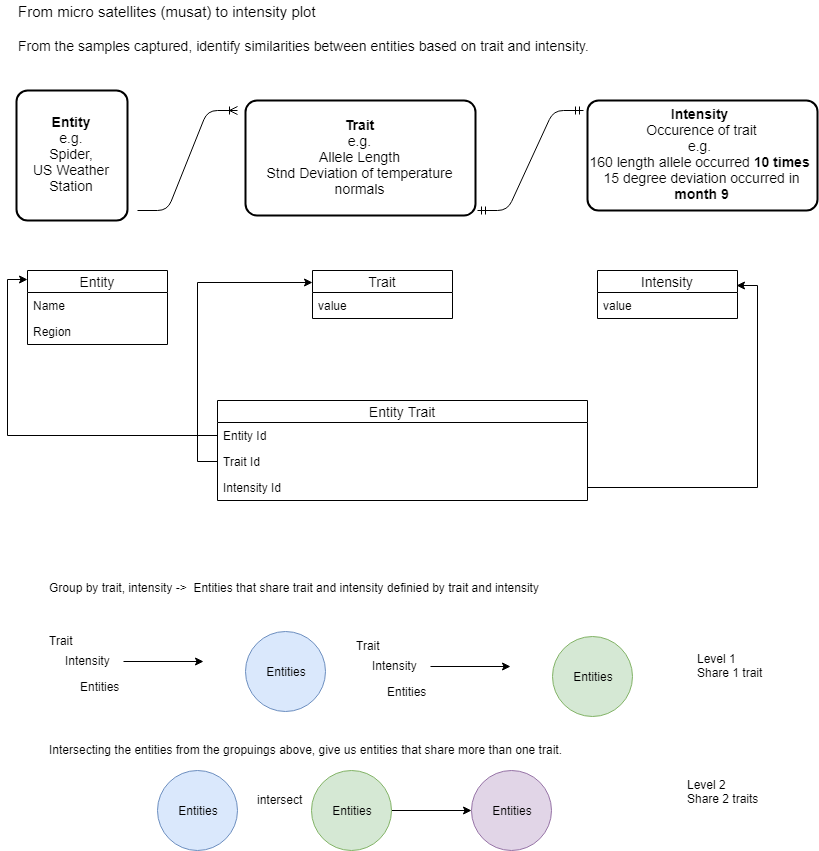
The draw.io diagram docs/IntensityPlot-DataModel.png in calacademy-research/intensity-plot, before a commit. Source tidied: cells renumbered, new cells last; positions are measured from the earlier drawing's top-left corner, leaving out a move shared by most shapes.
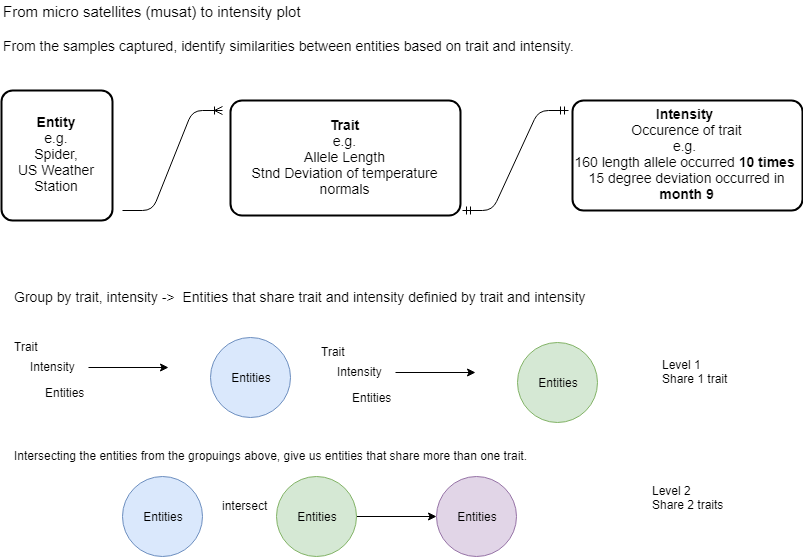
After the commit.

The edit, as a diff of the source:
```diff
@@ -3,64 +3,31 @@
     <mxCell id="0" />
     <mxCell id="1" parent="0" />
     <mxCell id="2" value="&lt;b&gt;Entity&lt;/b&gt;&lt;br&gt;e.g.&lt;br&gt;Spider,&lt;br&gt;US Weather Station" style="strokeWidth=2;rounded=1;arcSize=10;whiteSpace=wrap;html=1;align=center;fontSize=14;" parent="1" vertex="1">
-      <mxGeometry y="90" width="111" height="130" as="geometry" />
+      <mxGeometry x="20" y="384" width="111" height="130" as="geometry" />
     </mxCell>
     <mxCell id="3" value="&lt;b&gt;Trait&lt;/b&gt;&lt;br&gt;e.g.&lt;br&gt;Allele Length&lt;br&gt;Stnd Deviation of temperature normals" style="strokeWidth=2;rounded=1;arcSize=10;whiteSpace=wrap;html=1;align=center;fontSize=14;" parent="1" vertex="1">
-      <mxGeometry x="229" y="100" width="230" height="115" as="geometry" />
+      <mxGeometry x="249" y="394" width="230" height="115" as="geometry" />
     </mxCell>
     <mxCell id="4" value="&lt;b&gt;Intensity&amp;nbsp;&lt;/b&gt;&lt;br&gt;&amp;nbsp;Occurence of trait&amp;nbsp;&lt;br&gt;e.g. &lt;br&gt;160 length allele occurred &lt;b&gt;10&lt;/b&gt; &lt;b&gt;times&lt;/b&gt;&amp;nbsp;&lt;br&gt;15 degree deviation occurred in &lt;b&gt;month&lt;/b&gt; &lt;b&gt;9&lt;/b&gt;" style="strokeWidth=2;rounded=1;arcSize=10;whiteSpace=wrap;html=1;align=center;fontSize=14;" parent="1" vertex="1">
-      <mxGeometry x="571" y="100" width="230" height="110" as="geometry" />
+      <mxGeometry x="591" y="394" width="230" height="110" as="geometry" />
     </mxCell>
     <mxCell id="5" value="&lt;font style=&quot;font-size: 15px&quot;&gt;From micro satellites (musat) to intensity plot&amp;nbsp;&lt;/font&gt;" style="text;html=1;align=left;verticalAlign=top;spacingTop=-4;" parent="1" vertex="1">
-      <mxGeometry width="320" height="20" as="geometry" />
+      <mxGeometry x="20" y="294" width="320" height="20" as="geometry" />
     </mxCell>
     <mxCell id="6" style="edgeStyle=entityRelationEdgeStyle;fontSize=12;html=1;endArrow=ERmandOne;startArrow=ERmandOne;" parent="1" edge="1">
       <mxGeometry relative="1" as="geometry">
-        <mxPoint x="461" y="210" as="sourcePoint" />
-        <mxPoint x="567" y="110" as="targetPoint" />
+        <mxPoint x="481" y="504" as="sourcePoint" />
+        <mxPoint x="587" y="404" as="targetPoint" />
       </mxGeometry>
     </mxCell>
     <mxCell id="7" style="edgeStyle=entityRelationEdgeStyle;fontSize=12;html=1;endArrow=ERoneToMany;" parent="1" edge="1">
       <mxGeometry relative="1" as="geometry">
-        <mxPoint x="121" y="210" as="sourcePoint" />
-        <mxPoint x="221" y="110" as="targetPoint" />
+        <mxPoint x="141" y="504" as="sourcePoint" />
+        <mxPoint x="241" y="404" as="targetPoint" />
       </mxGeometry>
     </mxCell>
-    <mxCell id="8" value="Entity" style="swimlane;fontStyle=0;horizontal=1;startSize=22;fillColor=none;swimlaneFillColor=#ffffff;align=center;fontSize=14;" parent="1" vertex="1">
-      <mxGeometry x="11" y="270" width="140" height="74" as="geometry" />
-    </mxCell>
-    <mxCell id="9" value="Name" style="text;strokeColor=none;fillColor=none;spacingLeft=4;spacingRight=4;overflow=hidden;fontSize=12;" parent="8" vertex="1">
-      <mxGeometry y="22" width="140" height="26" as="geometry" />
-    </mxCell>
-    <mxCell id="10" value="Region" style="text;strokeColor=none;fillColor=none;spacingLeft=4;spacingRight=4;overflow=hidden;fontSize=12;" parent="8" vertex="1">
-      <mxGeometry y="48" width="140" height="26" as="geometry" />
-    </mxCell>
-    <mxCell id="11" value="Trait" style="swimlane;fontStyle=0;horizontal=1;startSize=22;fillColor=none;swimlaneFillColor=#ffffff;align=center;fontSize=14;" parent="1" vertex="1">
-      <mxGeometry x="296" y="270" width="140" height="48" as="geometry" />
-    </mxCell>
-    <mxCell id="12" value="value" style="text;strokeColor=none;fillColor=none;spacingLeft=4;spacingRight=4;overflow=hidden;fontSize=12;" parent="11" vertex="1">
-      <mxGeometry y="22" width="140" height="26" as="geometry" />
-    </mxCell>
-    <mxCell id="13" value="Intensity" style="swimlane;fontStyle=0;horizontal=1;startSize=22;fillColor=none;swimlaneFillColor=#ffffff;align=center;fontSize=14;" parent="1" vertex="1">
-      <mxGeometry x="581" y="270" width="140" height="48" as="geometry" />
-    </mxCell>
-    <mxCell id="14" value="value" style="text;strokeColor=none;fillColor=none;spacingLeft=4;spacingRight=4;overflow=hidden;points=[[0,0.5],[1,0.5]];portConstraint=eastwest;fontSize=12;" parent="13" vertex="1">
-      <mxGeometry y="22" width="140" height="26" as="geometry" />
-    </mxCell>
-    <mxCell id="15" value="Entity Trait" style="swimlane;fontStyle=0;horizontal=1;startSize=22;fillColor=none;swimlaneFillColor=#ffffff;align=center;fontSize=14;" parent="1" vertex="1">
-      <mxGeometry x="201" y="400" width="370" height="100" as="geometry" />
-    </mxCell>
-    <mxCell id="16" value="Entity Id" style="text;strokeColor=none;fillColor=none;spacingLeft=4;spacingRight=4;overflow=hidden;points=[[0,0.5],[1,0.5]];portConstraint=eastwest;fontSize=12;" parent="15" vertex="1">
-      <mxGeometry y="22" width="370" height="26" as="geometry" />
-    </mxCell>
-    <mxCell id="17" value="Trait Id" style="text;strokeColor=none;fillColor=none;spacingLeft=4;spacingRight=4;overflow=hidden;points=[[0,0.5],[1,0.5]];portConstraint=eastwest;fontSize=12;" parent="15" vertex="1">
-      <mxGeometry y="48" width="370" height="26" as="geometry" />
-    </mxCell>
-    <mxCell id="18" value="Intensity Id" style="text;strokeColor=none;fillColor=none;spacingLeft=4;spacingRight=4;overflow=hidden;points=[[0,0.5],[1,0.5]];portConstraint=eastwest;fontSize=12;" parent="15" vertex="1">
-      <mxGeometry y="74" width="370" height="26" as="geometry" />
-    </mxCell>
-    <mxCell id="19" value="&lt;br&gt;Group by trait, intensity -&amp;gt;&amp;nbsp; Entities that share trait and intensity definied by trait and intensity&lt;br&gt;" style="text;html=1;align=left;verticalAlign=top;spacingTop=-4;" parent="1" vertex="1">
-      <mxGeometry x="31" y="564" width="510" height="30" as="geometry" />
+    <mxCell id="19" value="&lt;font style=&quot;font-size: 14px&quot;&gt;&lt;br&gt;Group by trait, intensity -&amp;gt;&amp;nbsp; Entities that share trait and intensity definied by trait and intensity&lt;/font&gt;" style="text;html=1;align=left;verticalAlign=top;spacingTop=-4;" parent="1" vertex="1">
+      <mxGeometry x="31" y="564" width="590" height="30" as="geometry" />
     </mxCell>
     <mxCell id="20" value="Trait" style="text;html=1;align=left;verticalAlign=top;spacingTop=-4;" parent="1" vertex="1">
       <mxGeometry x="31" y="631" width="40" height="20" as="geometry" />
@@ -76,17 +43,13 @@
     <mxCell id="23" value="Entities" style="text;html=1;align=left;verticalAlign=top;spacingTop=-4;" parent="1" vertex="1">
       <mxGeometry x="62" y="677" width="60" height="20" as="geometry" />
     </mxCell>
-    <mxCell id="24" style="edgeStyle=orthogonalEdgeStyle;rounded=0;jettySize=auto;html=1;exitX=0;exitY=0.5;exitDx=0;exitDy=0;entryX=0;entryY=0.25;entryDx=0;entryDy=0;" parent="1" edge="1" source="17" target="11">
-      <mxGeometry relative="1" as="geometry" />
-    </mxCell>
-    <mxCell id="25" style="edgeStyle=orthogonalEdgeStyle;rounded=0;jettySize=auto;html=1;exitX=1;exitY=0.5;exitDx=0;exitDy=0;entryX=0.993;entryY=-0.288;entryDx=0;entryDy=0;entryPerimeter=0;" parent="1" edge="1" source="18" target="14">
-      <mxGeometry relative="1" as="geometry" />
-    </mxCell>
-    <mxCell id="26" style="edgeStyle=orthogonalEdgeStyle;rounded=0;jettySize=auto;html=1;exitX=0;exitY=0.5;exitDx=0;exitDy=0;entryX=0;entryY=0.128;entryDx=0;entryDy=0;entryPerimeter=0;" parent="1" edge="1" source="16" target="8">
-      <mxGeometry relative="1" as="geometry" />
+    <mxCell id="26" style="edgeStyle=orthogonalEdgeStyle;rounded=0;jettySize=auto;html=1;exitX=0;exitY=0.5;exitDx=0;exitDy=0;entryX=0;entryY=0.128;entryDx=0;entryDy=0;entryPerimeter=0;" parent="1" edge="1" source="x">
+      <mxGeometry relative="1" as="geometry">
+        <mxPoint x="31" y="573" as="targetPoint" />
+      </mxGeometry>
     </mxCell>
     <mxCell id="27" value="&lt;font style=&quot;font-size: 14px&quot;&gt;From the samples captured, identify similarities between entities based on trait and intensity.&lt;/font&gt;" style="text;html=1;align=left;verticalAlign=top;spacingTop=-4;" parent="1" vertex="1">
-      <mxGeometry y="35" width="590" height="20" as="geometry" />
+      <mxGeometry x="20" y="329" width="590" height="20" as="geometry" />
     </mxCell>
     <mxCell id="28" value="Entities" style="ellipse;whiteSpace=wrap;html=1;fillColor=#dae8fc;strokeColor=#6c8ebf;" parent="1" vertex="1">
       <mxGeometry x="229" y="631" width="80" height="80" as="geometry" />
```
